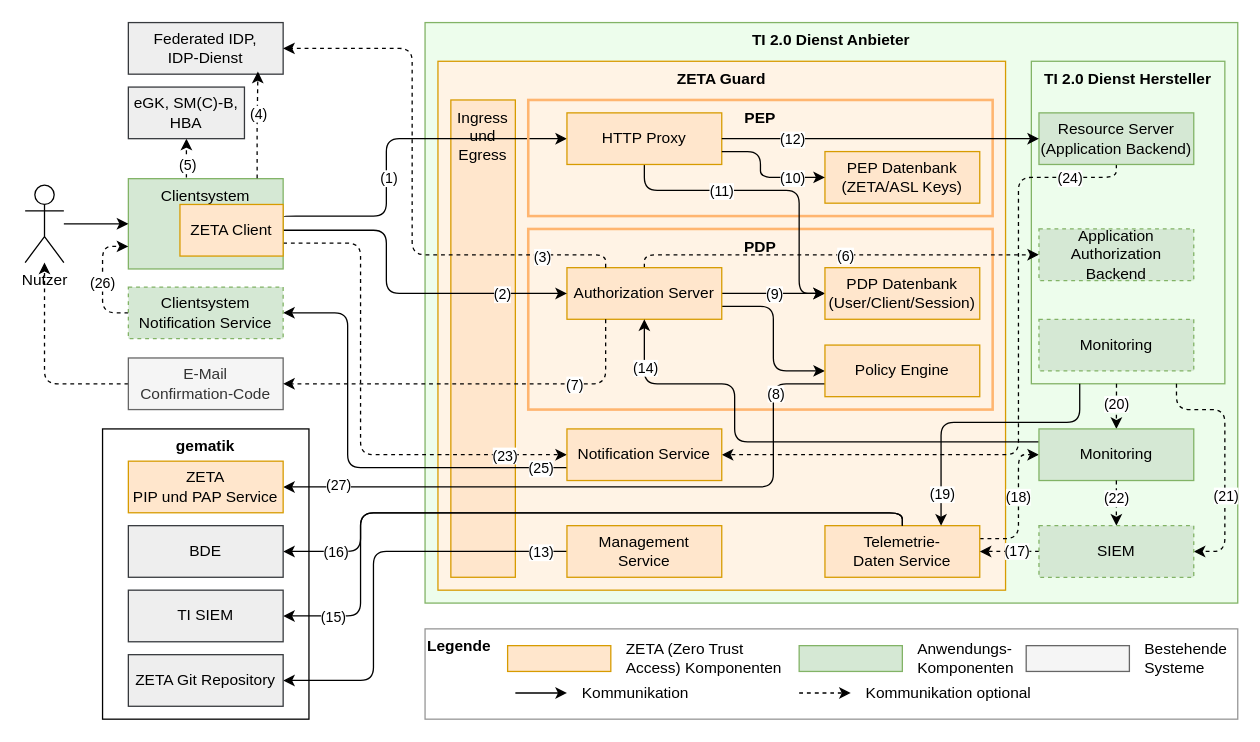
Before: src/drawio/Zero-Trust-Architektur.drawio in gematik/zeta, a draw.io diagram. Source tidied: cells renumbered, new cells numbered last; positions are measured from the earlier drawing's top-left corner, leaving out a move shared by most shapes. Both pictures are drawn from the tidied source at 129%, with x=0, y=0 at pixel (25, 22).
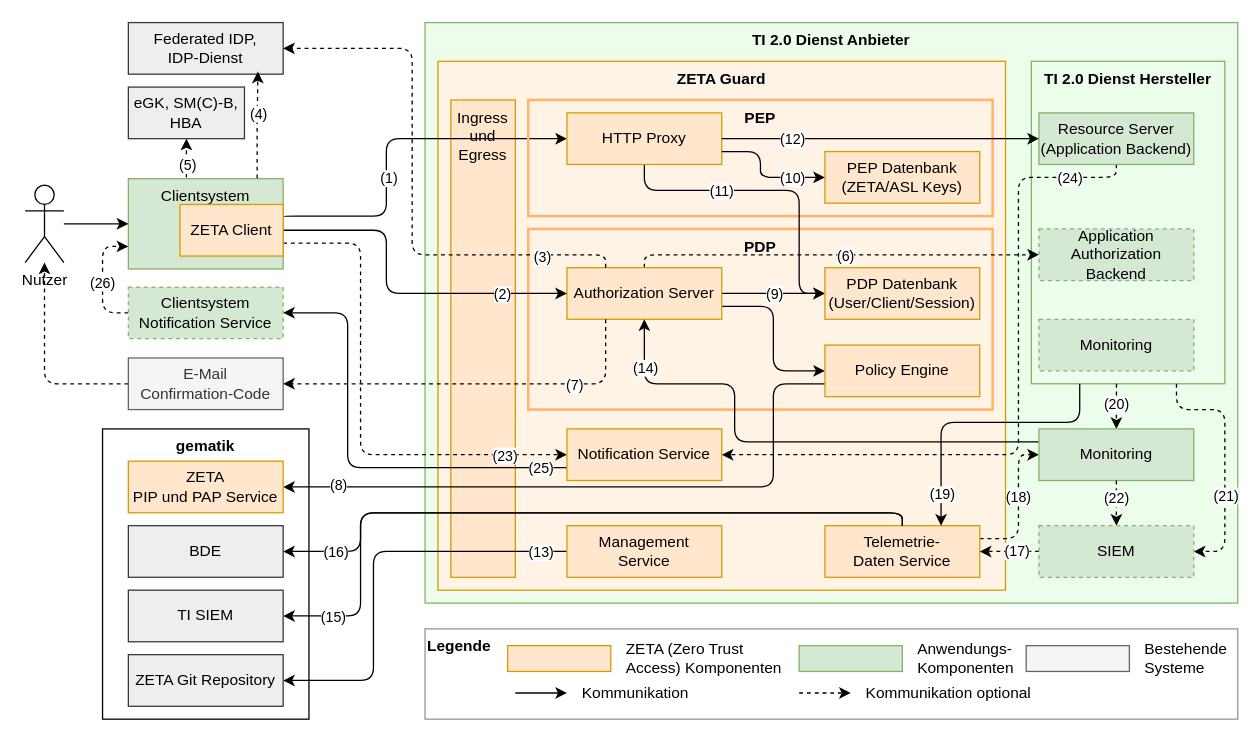
The same page after the edit.

Commit message:
Implement code changes to enhance functionality and improve performance

Unchanged cells that the change refers to:
```xml
<mxCell id="15" style="edgeStyle=orthogonalEdgeStyle;rounded=1;jettySize=auto;html=1;entryX=1;entryY=0.5;entryDx=0;entryDy=0;exitX=0;exitY=0.75;exitDx=0;exitDy=0;curved=0;" parent="1" edge="1" source="18" target="58">
  <mxGeometry relative="1" as="geometry">
    <Array as="points">
      <mxPoint x="580" y="280" />
      <mxPoint x="580" y="360" />
    </Array>
  </mxGeometry>
</mxCell>
```

What changed in the source:
```diff
@@
-    <mxCell id="16" value="(27)" style="edgeLabel;html=1;align=center;verticalAlign=middle;" parent="15" vertex="1">
+    <mxCell id="16" value="(8)" style="edgeLabel;html=1;align=center;verticalAlign=middle;" parent="15" vertex="1">
       <mxGeometry x="0.83" y="-2" relative="1" as="geometry" />
     </mxCell>
-    <mxCell id="17" value="(8)" style="edgeLabel;html=1;align=center;verticalAlign=middle;" parent="15" vertex="1">
-      <mxGeometry x="-0.81" y="1" relative="1" as="geometry" />
-    </mxCell>
```
